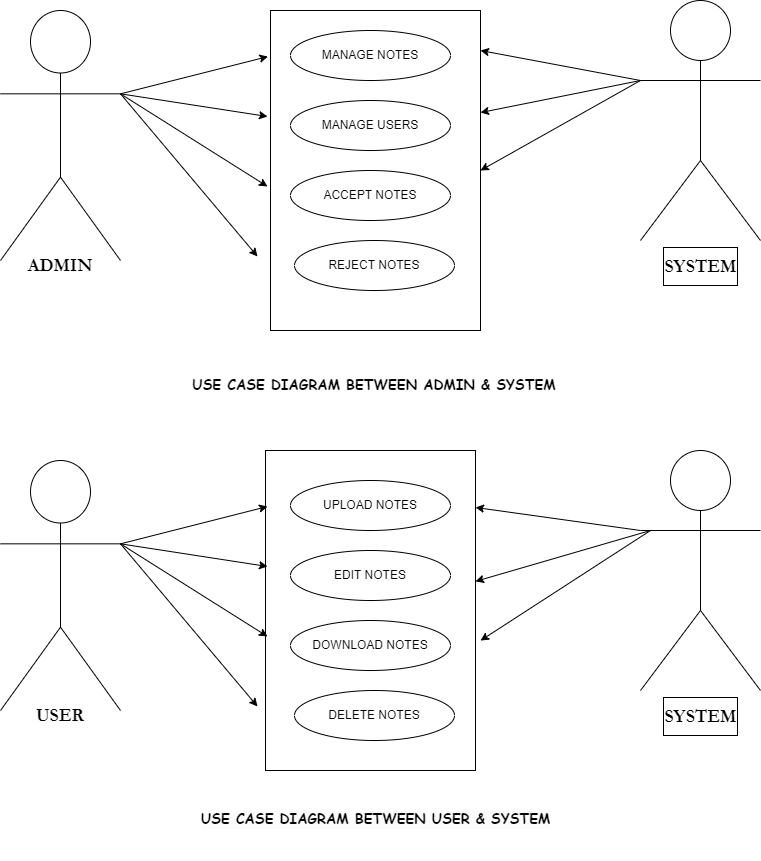
Above: Diagrams/USE-CASE DIAGRAM.png in prathamjc/TY-project (draw.io), before the change. Source tidied: cells renumbered, new cells last; positions are measured from the earlier drawing's top-left corner, leaving out a move shared by most shapes. The source it was exported from:
```xml
<mxGraphModel>
  <root>
    <mxCell id="0" />
    <mxCell id="1" parent="0" />
    <mxCell id="2" value="&lt;h2&gt;&lt;br&gt;&lt;/h2&gt;" style="shape=umlActor;verticalLabelPosition=bottom;verticalAlign=top;html=1;fontFamily=Garamond;fontSize=23;fontStyle=1;" parent="1" vertex="1">
      <mxGeometry y="10" width="120" height="250" as="geometry" />
    </mxCell>
    <mxCell id="3" value="&lt;h2 style=&quot;line-height: 40%;&quot;&gt;SYSTEM&lt;/h2&gt;" style="shape=umlActor;verticalLabelPosition=bottom;verticalAlign=top;html=1;fontFamily=Garamond;labelBorderColor=default;align=center;" parent="1" vertex="1">
      <mxGeometry x="640" width="120" height="240" as="geometry" />
    </mxCell>
    <mxCell id="4" style="rounded=0;whiteSpace=wrap;html=1;" parent="1" vertex="1">
      <mxGeometry x="270" y="10" width="210" height="320" as="geometry" />
    </mxCell>
    <mxCell id="5" value="MANAGE NOTES" style="ellipse;whiteSpace=wrap;html=1;" parent="1" vertex="1">
      <mxGeometry x="290" y="30" width="160" height="50" as="geometry" />
    </mxCell>
    <mxCell id="6" value="MANAGE USERS" style="ellipse;whiteSpace=wrap;html=1;" parent="1" vertex="1">
      <mxGeometry x="290" y="100" width="160" height="50" as="geometry" />
    </mxCell>
    <mxCell id="7" value="ACCEPT NOTES" style="ellipse;whiteSpace=wrap;html=1;" parent="1" vertex="1">
      <mxGeometry x="290" y="170" width="160" height="50" as="geometry" />
    </mxCell>
    <mxCell id="8" value="REJECT NOTES" style="ellipse;whiteSpace=wrap;html=1;" parent="1" vertex="1">
      <mxGeometry x="294" y="240" width="160" height="50" as="geometry" />
    </mxCell>
    <mxCell id="9" style="endArrow=classic;html=1;rounded=0;entryX=-0.012;entryY=0.144;entryDx=0;entryDy=0;entryPerimeter=0;exitX=1;exitY=0.3333333333333333;exitDx=0;exitDy=0;exitPerimeter=0;" parent="1" edge="1" source="2" target="4">
      <mxGeometry relative="1" as="geometry" />
    </mxCell>
    <mxCell id="10" style="endArrow=classic;html=1;rounded=0;entryX=-0.012;entryY=0.144;entryDx=0;entryDy=0;entryPerimeter=0;exitX=1;exitY=0.3333333333333333;exitDx=0;exitDy=0;exitPerimeter=0;" parent="1" edge="1" source="2">
      <mxGeometry relative="1" as="geometry">
        <mxPoint x="267" y="186" as="targetPoint" />
      </mxGeometry>
    </mxCell>
    <mxCell id="11" style="endArrow=classic;html=1;rounded=0;entryX=-0.012;entryY=0.144;entryDx=0;entryDy=0;entryPerimeter=0;exitX=1;exitY=0.3333333333333333;exitDx=0;exitDy=0;exitPerimeter=0;" parent="1" edge="1" source="2">
      <mxGeometry relative="1" as="geometry">
        <mxPoint x="267" y="116" as="targetPoint" />
      </mxGeometry>
    </mxCell>
    <mxCell id="12" style="endArrow=classic;html=1;rounded=0;entryX=1;entryY=0.125;entryDx=0;entryDy=0;entryPerimeter=0;exitX=0;exitY=0.3333333333333333;exitDx=0;exitDy=0;exitPerimeter=0;" parent="1" edge="1" source="3" target="4">
      <mxGeometry relative="1" as="geometry" />
    </mxCell>
    <mxCell id="13" style="endArrow=classic;html=1;rounded=0;entryX=-0.012;entryY=0.144;entryDx=0;entryDy=0;entryPerimeter=0;exitX=1;exitY=0.3333333333333333;exitDx=0;exitDy=0;exitPerimeter=0;" parent="1" edge="1" source="2">
      <mxGeometry relative="1" as="geometry">
        <mxPoint x="257" y="256" as="targetPoint" />
      </mxGeometry>
    </mxCell>
    <mxCell id="14" value="&lt;h2&gt;ADMIN&lt;/h2&gt;" style="text;html=1;strokeColor=none;fillColor=none;align=center;verticalAlign=middle;whiteSpace=wrap;rounded=0;fontSize=12;fontFamily=Garamond;" parent="1" vertex="1">
      <mxGeometry x="30" y="250" width="60" height="30" as="geometry" />
    </mxCell>
    <mxCell id="15" style="endArrow=classic;html=1;rounded=0;entryX=1;entryY=0.5;entryDx=0;entryDy=0;" parent="1" edge="1" target="4">
      <mxGeometry relative="1" as="geometry">
        <mxPoint x="640" y="80" as="sourcePoint" />
      </mxGeometry>
    </mxCell>
    <mxCell id="16" style="endArrow=classic;html=1;rounded=0;entryX=1;entryY=0.319;entryDx=0;entryDy=0;entryPerimeter=0;" parent="1" edge="1" target="4">
      <mxGeometry relative="1" as="geometry">
        <mxPoint x="640" y="80" as="sourcePoint" />
      </mxGeometry>
    </mxCell>
    <mxCell id="17" value="&lt;h3&gt;&lt;font face=&quot;Comic Sans MS&quot;&gt;USE CASE DIAGRAM BETWEEN ADMIN &amp;amp; SYSTEM&lt;/font&gt;&lt;/h3&gt;" style="text;html=1;strokeColor=none;fillColor=none;align=center;verticalAlign=middle;whiteSpace=wrap;rounded=0;fontSize=12;fontFamily=Garamond;" parent="1" vertex="1">
      <mxGeometry x="29" y="370" width="690" height="30" as="geometry" />
    </mxCell>
    <mxCell id="18" value="&lt;h3 style=&quot;border-color: var(--border-color); color: rgb(0, 0, 0); font-family: Garamond; font-style: normal; font-variant-ligatures: normal; font-variant-caps: normal; letter-spacing: normal; orphans: 2; text-align: center; text-indent: 0px; text-transform: none; widows: 2; word-spacing: 0px; -webkit-text-stroke-width: 0px; background-color: rgb(251, 251, 251); text-decoration-thickness: initial; text-decoration-style: initial; text-decoration-color: initial;&quot;&gt;&lt;font style=&quot;border-color: var(--border-color);&quot; face=&quot;Comic Sans MS&quot;&gt;USE CASE DIAGRAM BETWEEN USER &amp;amp; SYSTEM&lt;/font&gt;&lt;/h3&gt;" style="text;whiteSpace=wrap;html=1;fontSize=12;fontFamily=Comic Sans MS;" parent="1" vertex="1">
      <mxGeometry x="199" y="790" width="520" height="70" as="geometry" />
    </mxCell>
    <mxCell id="19" style="rounded=0;whiteSpace=wrap;html=1;" parent="1" vertex="1">
      <mxGeometry x="265" y="450" width="210" height="320" as="geometry" />
    </mxCell>
    <mxCell id="20" value="&lt;h2&gt;&lt;br&gt;&lt;/h2&gt;" style="shape=umlActor;verticalLabelPosition=bottom;verticalAlign=top;html=1;fontFamily=Garamond;fontSize=23;fontStyle=1;" parent="1" vertex="1">
      <mxGeometry y="460" width="120" height="250" as="geometry" />
    </mxCell>
    <mxCell id="21" value="&lt;h2 style=&quot;line-height: 40%;&quot;&gt;SYSTEM&lt;/h2&gt;" style="shape=umlActor;verticalLabelPosition=bottom;verticalAlign=top;html=1;fontFamily=Garamond;labelBorderColor=default;align=center;" parent="1" vertex="1">
      <mxGeometry x="640" y="450" width="120" height="240" as="geometry" />
    </mxCell>
    <mxCell id="22" value="UPLOAD NOTES" style="ellipse;whiteSpace=wrap;html=1;" parent="1" vertex="1">
      <mxGeometry x="290" y="480" width="160" height="50" as="geometry" />
    </mxCell>
    <mxCell id="23" value="EDIT NOTES" style="ellipse;whiteSpace=wrap;html=1;" parent="1" vertex="1">
      <mxGeometry x="290" y="550" width="160" height="50" as="geometry" />
    </mxCell>
    <mxCell id="24" value="DOWNLOAD NOTES" style="ellipse;whiteSpace=wrap;html=1;" parent="1" vertex="1">
      <mxGeometry x="290" y="620" width="160" height="50" as="geometry" />
    </mxCell>
    <mxCell id="25" value="DELETE NOTES" style="ellipse;whiteSpace=wrap;html=1;" parent="1" vertex="1">
      <mxGeometry x="294" y="690" width="160" height="50" as="geometry" />
    </mxCell>
    <mxCell id="26" style="endArrow=classic;html=1;rounded=0;entryX=-0.012;entryY=0.144;entryDx=0;entryDy=0;entryPerimeter=0;exitX=1;exitY=0.3333333333333333;exitDx=0;exitDy=0;exitPerimeter=0;" parent="1" edge="1" source="20">
      <mxGeometry relative="1" as="geometry">
        <mxPoint x="267" y="506" as="targetPoint" />
      </mxGeometry>
    </mxCell>
    <mxCell id="27" style="endArrow=classic;html=1;rounded=0;entryX=-0.012;entryY=0.144;entryDx=0;entryDy=0;entryPerimeter=0;exitX=1;exitY=0.3333333333333333;exitDx=0;exitDy=0;exitPerimeter=0;" parent="1" edge="1" source="20">
      <mxGeometry relative="1" as="geometry">
        <mxPoint x="267" y="636" as="targetPoint" />
      </mxGeometry>
    </mxCell>
    <mxCell id="28" style="endArrow=classic;html=1;rounded=0;entryX=-0.012;entryY=0.144;entryDx=0;entryDy=0;entryPerimeter=0;exitX=1;exitY=0.3333333333333333;exitDx=0;exitDy=0;exitPerimeter=0;" parent="1" edge="1" source="20">
      <mxGeometry relative="1" as="geometry">
        <mxPoint x="267" y="566" as="targetPoint" />
      </mxGeometry>
    </mxCell>
    <mxCell id="29" style="endArrow=classic;html=1;rounded=0;exitX=0;exitY=0.3333333333333333;exitDx=0;exitDy=0;exitPerimeter=0;entryX=1;entryY=0.178;entryDx=0;entryDy=0;entryPerimeter=0;" parent="1" edge="1" source="21" target="19">
      <mxGeometry relative="1" as="geometry" />
    </mxCell>
    <mxCell id="30" style="endArrow=classic;html=1;rounded=0;entryX=-0.012;entryY=0.144;entryDx=0;entryDy=0;entryPerimeter=0;exitX=1;exitY=0.3333333333333333;exitDx=0;exitDy=0;exitPerimeter=0;" parent="1" edge="1" source="20">
      <mxGeometry relative="1" as="geometry">
        <mxPoint x="257" y="706" as="targetPoint" />
      </mxGeometry>
    </mxCell>
    <mxCell id="31" value="&lt;h2&gt;USER&lt;/h2&gt;" style="text;html=1;strokeColor=none;fillColor=none;align=center;verticalAlign=middle;whiteSpace=wrap;rounded=0;fontSize=12;fontFamily=Garamond;" parent="1" vertex="1">
      <mxGeometry x="30" y="700" width="60" height="30" as="geometry" />
    </mxCell>
    <mxCell id="32" style="endArrow=classic;html=1;rounded=0;entryX=1.024;entryY=0.594;entryDx=0;entryDy=0;entryPerimeter=0;" parent="1" edge="1" target="19">
      <mxGeometry relative="1" as="geometry">
        <mxPoint x="650" y="530" as="sourcePoint" />
      </mxGeometry>
    </mxCell>
    <mxCell id="33" style="endArrow=classic;html=1;rounded=0;entryX=1;entryY=0.409;entryDx=0;entryDy=0;entryPerimeter=0;" parent="1" edge="1" target="19">
      <mxGeometry relative="1" as="geometry">
        <mxPoint x="650" y="530" as="sourcePoint" />
      </mxGeometry>
    </mxCell>
  </root>
</mxGraphModel>
```
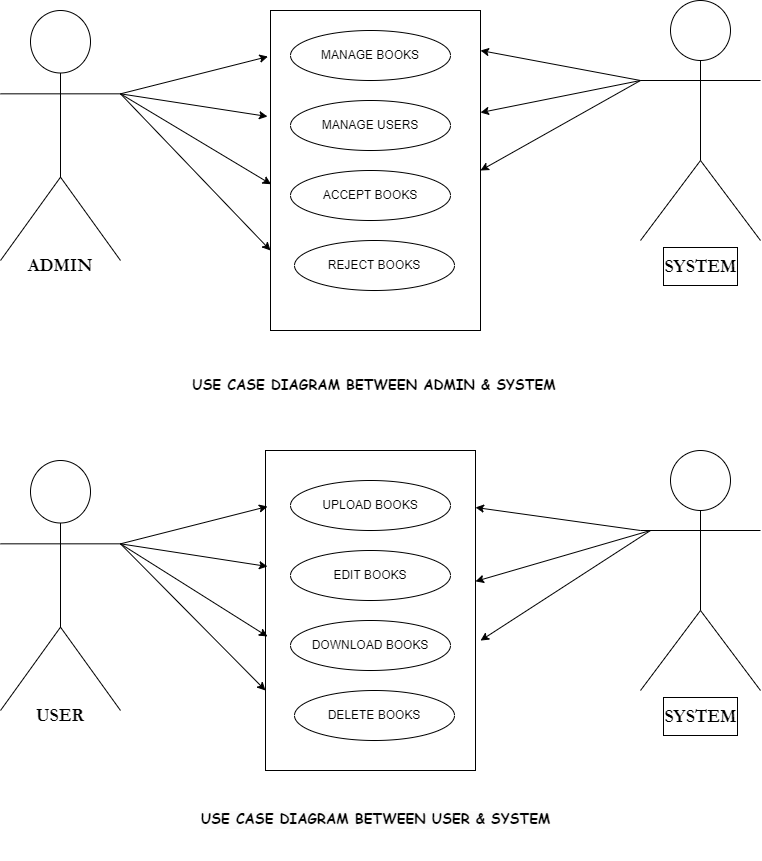
Above is the later version.

Diff of the diagram source:
```diff
@@ -11,27 +11,25 @@
     <mxCell id="4" style="rounded=0;whiteSpace=wrap;html=1;" parent="1" vertex="1">
       <mxGeometry x="270" y="10" width="210" height="320" as="geometry" />
     </mxCell>
-    <mxCell id="5" value="MANAGE NOTES" style="ellipse;whiteSpace=wrap;html=1;" parent="1" vertex="1">
+    <mxCell id="5" value="MANAGE BOOKS" style="ellipse;whiteSpace=wrap;html=1;" parent="1" vertex="1">
       <mxGeometry x="290" y="30" width="160" height="50" as="geometry" />
     </mxCell>
     <mxCell id="6" value="MANAGE USERS" style="ellipse;whiteSpace=wrap;html=1;" parent="1" vertex="1">
       <mxGeometry x="290" y="100" width="160" height="50" as="geometry" />
     </mxCell>
-    <mxCell id="7" value="ACCEPT NOTES" style="ellipse;whiteSpace=wrap;html=1;" parent="1" vertex="1">
+    <mxCell id="7" value="ACCEPT BOOKS" style="ellipse;whiteSpace=wrap;html=1;" parent="1" vertex="1">
       <mxGeometry x="290" y="170" width="160" height="50" as="geometry" />
     </mxCell>
-    <mxCell id="8" value="REJECT NOTES" style="ellipse;whiteSpace=wrap;html=1;" parent="1" vertex="1">
+    <mxCell id="8" value="REJECT BOOKS" style="ellipse;whiteSpace=wrap;html=1;" parent="1" vertex="1">
       <mxGeometry x="294" y="240" width="160" height="50" as="geometry" />
     </mxCell>
     <mxCell id="9" style="endArrow=classic;html=1;rounded=0;entryX=-0.012;entryY=0.144;entryDx=0;entryDy=0;entryPerimeter=0;exitX=1;exitY=0.3333333333333333;exitDx=0;exitDy=0;exitPerimeter=0;" parent="1" edge="1" source="2" target="4">
       <mxGeometry relative="1" as="geometry" />
     </mxCell>
-    <mxCell id="10" style="endArrow=classic;html=1;rounded=0;entryX=-0.012;entryY=0.144;entryDx=0;entryDy=0;entryPerimeter=0;exitX=1;exitY=0.3333333333333333;exitDx=0;exitDy=0;exitPerimeter=0;" parent="1" edge="1" source="2">
-      <mxGeometry relative="1" as="geometry">
-        <mxPoint x="267" y="186" as="targetPoint" />
-      </mxGeometry>
+    <mxCell id="10" style="endArrow=classic;html=1;rounded=0;entryX=0.003;entryY=0.543;entryDx=0;entryDy=0;entryPerimeter=0;exitX=1;exitY=0.3333333333333333;exitDx=0;exitDy=0;exitPerimeter=0;" parent="1" edge="1" source="2" target="4">
+      <mxGeometry relative="1" as="geometry" />
     </mxCell>
-    <mxCell id="11" style="endArrow=classic;html=1;rounded=0;entryX=-0.012;entryY=0.144;entryDx=0;entryDy=0;entryPerimeter=0;exitX=1;exitY=0.3333333333333333;exitDx=0;exitDy=0;exitPerimeter=0;" parent="1" edge="1" source="2">
+    <mxCell id="11" style="endArrow=classic;html=1;rounded=0;exitX=1;exitY=0.3333333333333333;exitDx=0;exitDy=0;exitPerimeter=0;" parent="1" edge="1" source="2">
       <mxGeometry relative="1" as="geometry">
         <mxPoint x="267" y="116" as="targetPoint" />
       </mxGeometry>
@@ -39,10 +37,8 @@
     <mxCell id="12" style="endArrow=classic;html=1;rounded=0;entryX=1;entryY=0.125;entryDx=0;entryDy=0;entryPerimeter=0;exitX=0;exitY=0.3333333333333333;exitDx=0;exitDy=0;exitPerimeter=0;" parent="1" edge="1" source="3" target="4">
       <mxGeometry relative="1" as="geometry" />
     </mxCell>
-    <mxCell id="13" style="endArrow=classic;html=1;rounded=0;entryX=-0.012;entryY=0.144;entryDx=0;entryDy=0;entryPerimeter=0;exitX=1;exitY=0.3333333333333333;exitDx=0;exitDy=0;exitPerimeter=0;" parent="1" edge="1" source="2">
-      <mxGeometry relative="1" as="geometry">
-        <mxPoint x="257" y="256" as="targetPoint" />
-      </mxGeometry>
+    <mxCell id="13" style="endArrow=classic;html=1;rounded=0;entryX=0;entryY=0.75;entryDx=0;entryDy=0;exitX=1;exitY=0.3333333333333333;exitDx=0;exitDy=0;exitPerimeter=0;" parent="1" edge="1" source="2" target="4">
+      <mxGeometry relative="1" as="geometry" />
     </mxCell>
     <mxCell id="14" value="&lt;h2&gt;ADMIN&lt;/h2&gt;" style="text;html=1;strokeColor=none;fillColor=none;align=center;verticalAlign=middle;whiteSpace=wrap;rounded=0;fontSize=12;fontFamily=Garamond;" parent="1" vertex="1">
       <mxGeometry x="30" y="250" width="60" height="30" as="geometry" />
@@ -72,16 +68,16 @@
     <mxCell id="21" value="&lt;h2 style=&quot;line-height: 40%;&quot;&gt;SYSTEM&lt;/h2&gt;" style="shape=umlActor;verticalLabelPosition=bottom;verticalAlign=top;html=1;fontFamily=Garamond;labelBorderColor=default;align=center;" parent="1" vertex="1">
       <mxGeometry x="640" y="450" width="120" height="240" as="geometry" />
     </mxCell>
-    <mxCell id="22" value="UPLOAD NOTES" style="ellipse;whiteSpace=wrap;html=1;" parent="1" vertex="1">
+    <mxCell id="22" value="UPLOAD BOOKS" style="ellipse;whiteSpace=wrap;html=1;" parent="1" vertex="1">
       <mxGeometry x="290" y="480" width="160" height="50" as="geometry" />
     </mxCell>
-    <mxCell id="23" value="EDIT NOTES" style="ellipse;whiteSpace=wrap;html=1;" parent="1" vertex="1">
+    <mxCell id="23" value="EDIT BOOKS" style="ellipse;whiteSpace=wrap;html=1;" parent="1" vertex="1">
       <mxGeometry x="290" y="550" width="160" height="50" as="geometry" />
     </mxCell>
-    <mxCell id="24" value="DOWNLOAD NOTES" style="ellipse;whiteSpace=wrap;html=1;" parent="1" vertex="1">
+    <mxCell id="24" value="DOWNLOAD BOOKS" style="ellipse;whiteSpace=wrap;html=1;" parent="1" vertex="1">
       <mxGeometry x="290" y="620" width="160" height="50" as="geometry" />
     </mxCell>
-    <mxCell id="25" value="DELETE NOTES" style="ellipse;whiteSpace=wrap;html=1;" parent="1" vertex="1">
+    <mxCell id="25" value="DELETE BOOKS" style="ellipse;whiteSpace=wrap;html=1;" parent="1" vertex="1">
       <mxGeometry x="294" y="690" width="160" height="50" as="geometry" />
     </mxCell>
     <mxCell id="26" style="endArrow=classic;html=1;rounded=0;entryX=-0.012;entryY=0.144;entryDx=0;entryDy=0;entryPerimeter=0;exitX=1;exitY=0.3333333333333333;exitDx=0;exitDy=0;exitPerimeter=0;" parent="1" edge="1" source="20">
@@ -102,10 +98,8 @@
     <mxCell id="29" style="endArrow=classic;html=1;rounded=0;exitX=0;exitY=0.3333333333333333;exitDx=0;exitDy=0;exitPerimeter=0;entryX=1;entryY=0.178;entryDx=0;entryDy=0;entryPerimeter=0;" parent="1" edge="1" source="21" target="19">
       <mxGeometry relative="1" as="geometry" />
     </mxCell>
-    <mxCell id="30" style="endArrow=classic;html=1;rounded=0;entryX=-0.012;entryY=0.144;entryDx=0;entryDy=0;entryPerimeter=0;exitX=1;exitY=0.3333333333333333;exitDx=0;exitDy=0;exitPerimeter=0;" parent="1" edge="1" source="20">
-      <mxGeometry relative="1" as="geometry">
-        <mxPoint x="257" y="706" as="targetPoint" />
-      </mxGeometry>
+    <mxCell id="30" style="endArrow=classic;html=1;rounded=0;exitX=1;exitY=0.3333333333333333;exitDx=0;exitDy=0;exitPerimeter=0;entryX=0;entryY=0.75;entryDx=0;entryDy=0;" parent="1" edge="1" source="20" target="19">
+      <mxGeometry relative="1" as="geometry" />
     </mxCell>
     <mxCell id="31" value="&lt;h2&gt;USER&lt;/h2&gt;" style="text;html=1;strokeColor=none;fillColor=none;align=center;verticalAlign=middle;whiteSpace=wrap;rounded=0;fontSize=12;fontFamily=Garamond;" parent="1" vertex="1">
       <mxGeometry x="30" y="700" width="60" height="30" as="geometry" />
```
